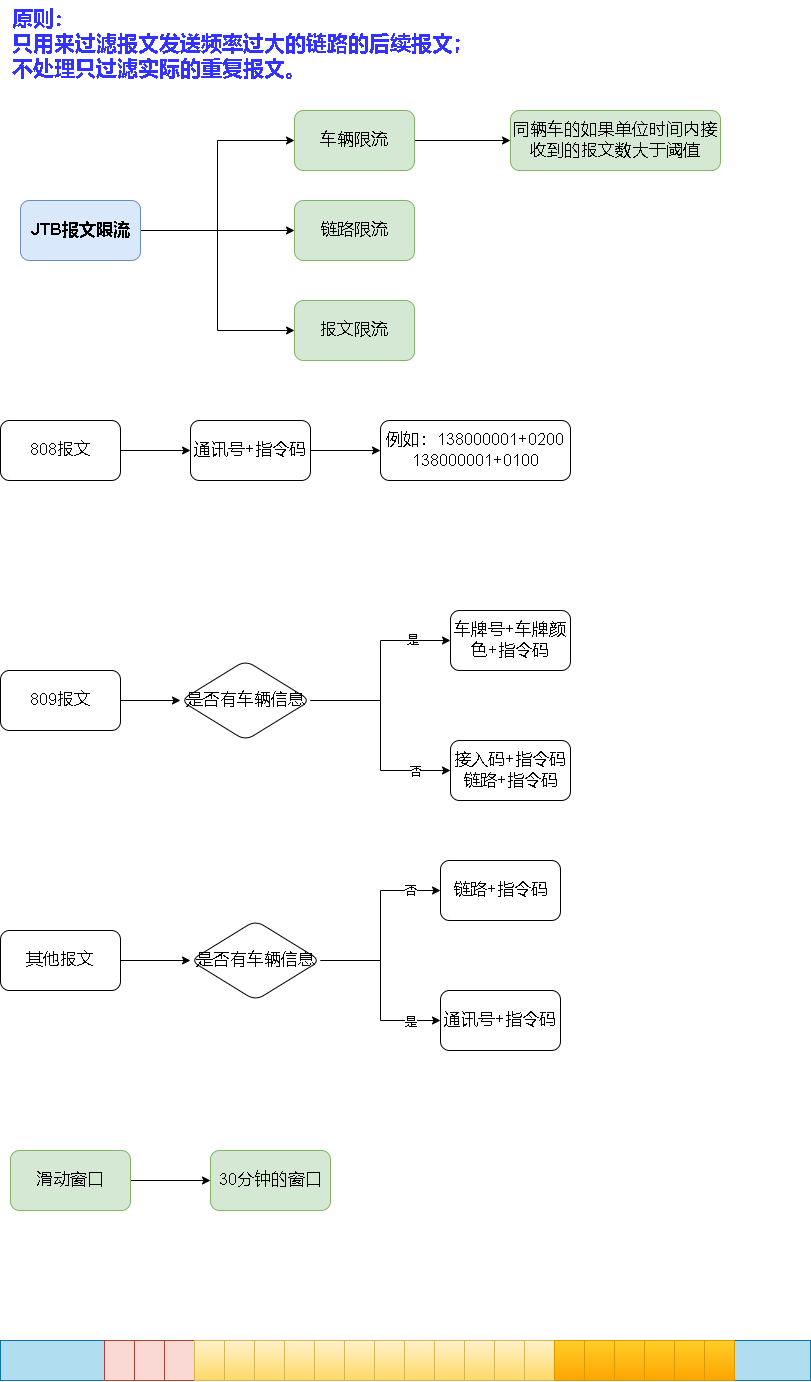
This is jtb报文限流.drawio.png from xktder/draw, a draw.io export, as it was before one commit. Source tidied: cells renumbered, new cells last; positions are measured from the earlier drawing's top-left corner, leaving out a move shared by most shapes.
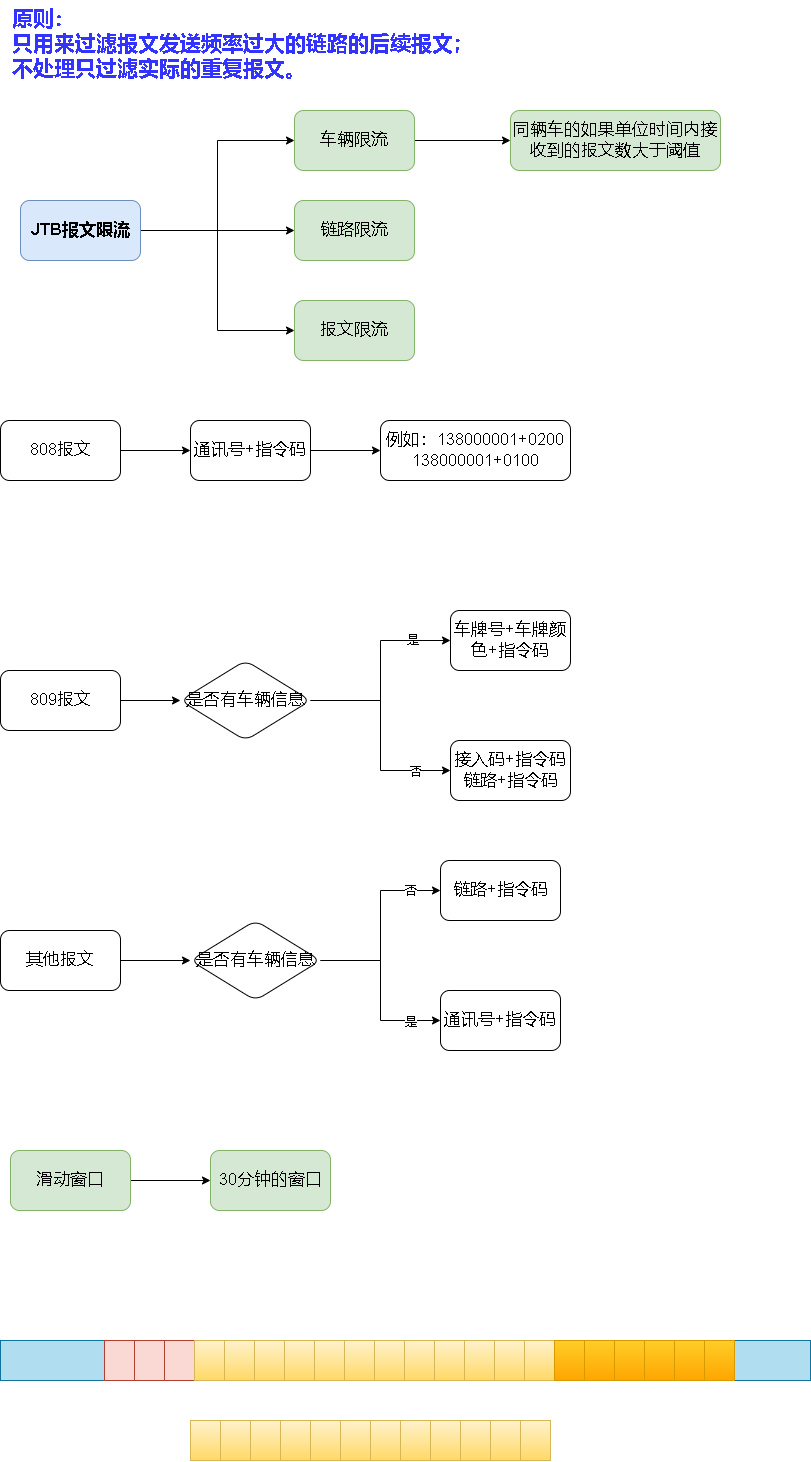
After the change.

Commit message:
更新jtb报文限流.drawio.png

What changed in the source:
```diff
@@ -184,5 +184,41 @@
     <mxCell id="59" style="rounded=0;whiteSpace=wrap;html=1;fontSize=12;fillColor=#ffcd28;gradientColor=#ffa500;strokeColor=#d79b00;" parent="1" vertex="1">
       <mxGeometry x="704" y="1340" width="30" height="40" as="geometry" />
     </mxCell>
+    <mxCell id="60" style="rounded=0;whiteSpace=wrap;html=1;fontSize=12;fillColor=#fff2cc;strokeColor=#d6b656;gradientColor=#ffd966;" parent="1" vertex="1">
+      <mxGeometry x="190" y="1420" width="30" height="40" as="geometry" />
+    </mxCell>
+    <mxCell id="61" style="rounded=0;whiteSpace=wrap;html=1;fontSize=12;fillColor=#fff2cc;gradientColor=#ffd966;strokeColor=#d6b656;" parent="1" vertex="1">
+      <mxGeometry x="220" y="1420" width="30" height="40" as="geometry" />
+    </mxCell>
+    <mxCell id="62" style="rounded=0;whiteSpace=wrap;html=1;fontSize=12;fillColor=#fff2cc;gradientColor=#ffd966;strokeColor=#d6b656;" parent="1" vertex="1">
+      <mxGeometry x="250" y="1420" width="30" height="40" as="geometry" />
+    </mxCell>
+    <mxCell id="63" style="rounded=0;whiteSpace=wrap;html=1;fontSize=12;fillColor=#fff2cc;gradientColor=#ffd966;strokeColor=#d6b656;" parent="1" vertex="1">
+      <mxGeometry x="280" y="1420" width="30" height="40" as="geometry" />
+    </mxCell>
+    <mxCell id="64" style="rounded=0;whiteSpace=wrap;html=1;fontSize=12;fillColor=#fff2cc;gradientColor=#ffd966;strokeColor=#d6b656;" parent="1" vertex="1">
+      <mxGeometry x="310" y="1420" width="30" height="40" as="geometry" />
+    </mxCell>
+    <mxCell id="65" style="rounded=0;whiteSpace=wrap;html=1;fontSize=12;fillColor=#fff2cc;gradientColor=#ffd966;strokeColor=#d6b656;" parent="1" vertex="1">
+      <mxGeometry x="340" y="1420" width="30" height="40" as="geometry" />
+    </mxCell>
+    <mxCell id="66" style="rounded=0;whiteSpace=wrap;html=1;fontSize=12;fillColor=#fff2cc;gradientColor=#ffd966;strokeColor=#d6b656;" parent="1" vertex="1">
+      <mxGeometry x="370" y="1420" width="30" height="40" as="geometry" />
+    </mxCell>
+    <mxCell id="67" style="rounded=0;whiteSpace=wrap;html=1;fontSize=12;fillColor=#fff2cc;gradientColor=#ffd966;strokeColor=#d6b656;" parent="1" vertex="1">
+      <mxGeometry x="400" y="1420" width="30" height="40" as="geometry" />
+    </mxCell>
+    <mxCell id="68" style="rounded=0;whiteSpace=wrap;html=1;fontSize=12;fillColor=#fff2cc;gradientColor=#ffd966;strokeColor=#d6b656;" parent="1" vertex="1">
+      <mxGeometry x="430" y="1420" width="30" height="40" as="geometry" />
+    </mxCell>
+    <mxCell id="69" style="rounded=0;whiteSpace=wrap;html=1;fontSize=12;fillColor=#fff2cc;gradientColor=#ffd966;strokeColor=#d6b656;" parent="1" vertex="1">
+      <mxGeometry x="460" y="1420" width="30" height="40" as="geometry" />
+    </mxCell>
+    <mxCell id="70" style="rounded=0;whiteSpace=wrap;html=1;fontSize=12;fillColor=#fff2cc;gradientColor=#ffd966;strokeColor=#d6b656;" parent="1" vertex="1">
+      <mxGeometry x="490" y="1420" width="30" height="40" as="geometry" />
+    </mxCell>
+    <mxCell id="71" style="rounded=0;whiteSpace=wrap;html=1;fontSize=12;fillColor=#fff2cc;gradientColor=#ffd966;strokeColor=#d6b656;" parent="1" vertex="1">
+      <mxGeometry x="520" y="1420" width="30" height="40" as="geometry" />
+    </mxCell>
   </root>
 </mxGraphModel>
```
